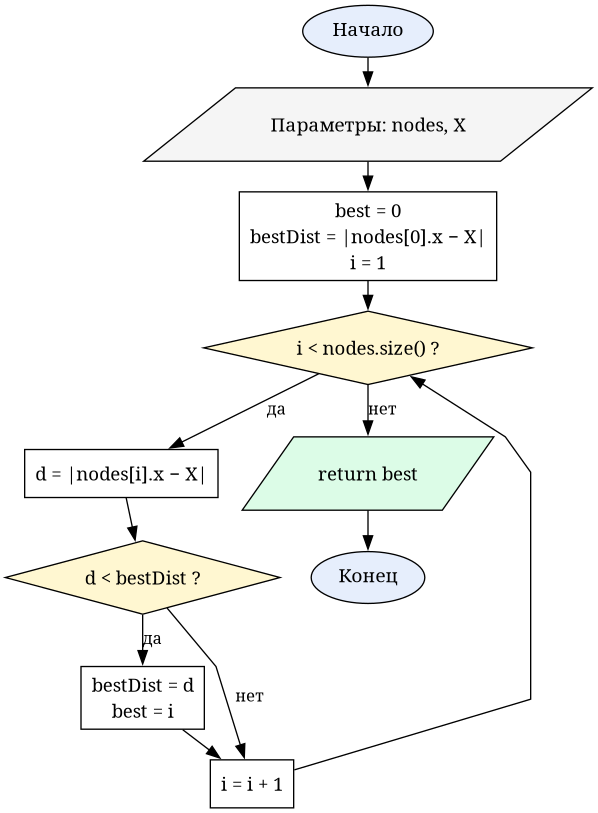
This is reports/resources/flowcharts/lab5_nearest_index.png from Oriptal/calc-math-lab2, a Graphviz export, as it was before one commit. Its source is kept beside it as reports/resources/flowcharts/lab5_nearest_index.dot. Its diagram source:
```dot
digraph Lab5NearestIndex {
  graph [fontname="CMU Serif", rankdir=TB, nodesep=0.25, ranksep=0.3, splines=polyline]
  node  [fontname="CMU Serif", fontsize=14, style="filled", fillcolor="#ffffff", color="#000000"]
  edge  [fontname="CMU Serif", fontsize=12, color="#000000"]

  start  [label="Начало", shape=oval, fillcolor="#e6eefc"]
  input  [label=<Параметры: nodes, X>, shape=parallelogram, fillcolor="#f5f5f5"]
  init   [label=<best = 0<BR/>bestDist = |nodes[0].x − X|<BR/>i = 1>, shape=box]
  chk    [label=<i &lt; nodes.size() ?>, shape=diamond, fillcolor="#fff7d1"]
  setd   [label=<d = |nodes[i].x − X|>, shape=box]
  cmp    [label=<d &lt; bestDist ?>, shape=diamond, fillcolor="#fff7d1"]
  upd    [label=<bestDist = d<BR/>best = i>, shape=box]
  nexti  [label=<i = i + 1>, shape=box]
  output [label=<return best>, shape=parallelogram, fillcolor="#dcfce7"]
  stop   [label="Конец", shape=oval, fillcolor="#e6eefc"]

  start -> input -> init -> chk
  chk -> setd [label="да"]
  setd -> cmp
  cmp -> upd [label="да"]
  upd -> nexti
  cmp -> nexti [label="нет"]
  nexti -> chk
  chk -> output [label="нет"]
  output -> stop
}
```
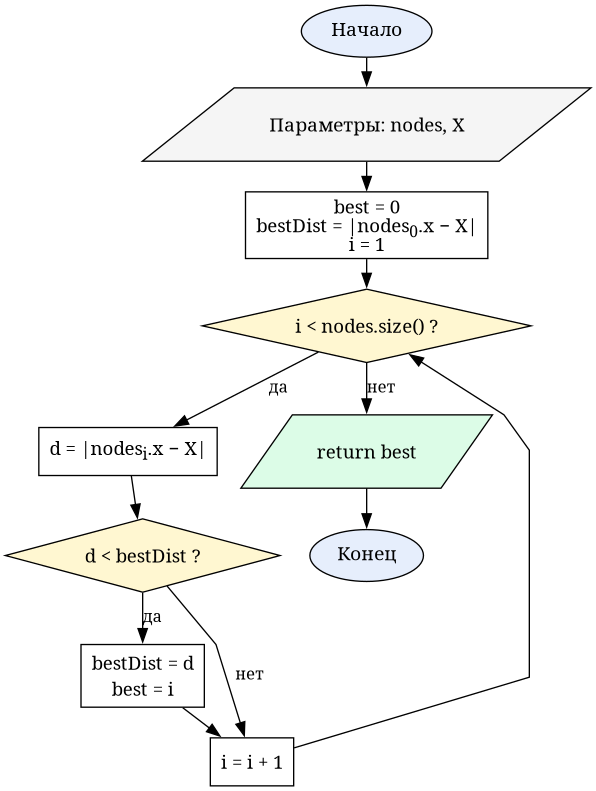
The same file after the commit.

What changed in the source:
```diff
@@ -5,9 +5,9 @@
 
   start  [label="Начало", shape=oval, fillcolor="#e6eefc"]
   input  [label=<Параметры: nodes, X>, shape=parallelogram, fillcolor="#f5f5f5"]
-  init   [label=<best = 0<BR/>bestDist = |nodes[0].x − X|<BR/>i = 1>, shape=box]
+  init   [label=<best = 0<BR/>bestDist = |nodes<SUB>0</SUB>.x − X|<BR/>i = 1>, shape=box]
   chk    [label=<i &lt; nodes.size() ?>, shape=diamond, fillcolor="#fff7d1"]
-  setd   [label=<d = |nodes[i].x − X|>, shape=box]
+  setd   [label=<d = |nodes<SUB>i</SUB>.x − X|>, shape=box]
   cmp    [label=<d &lt; bestDist ?>, shape=diamond, fillcolor="#fff7d1"]
   upd    [label=<bestDist = d<BR/>best = i>, shape=box]
   nexti  [label=<i = i + 1>, shape=box]
```
